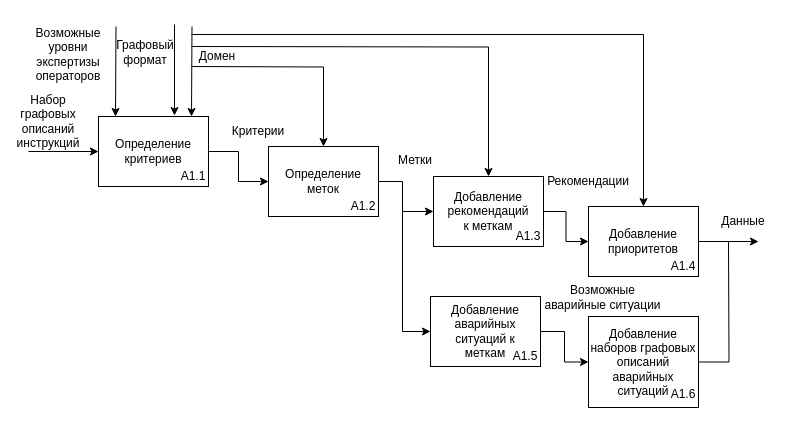
The draw.io diagram report/inc/img/idef_1x.drawio in Jarozin/diplom, before the edit. Source tidied: cells renumbered, new cells numbered last; positions are measured from the earlier drawing's top-left corner, leaving out a move shared by most shapes. Both pictures are drawn from the tidied source at 100%, with x=0, y=0 at pixel (18, 24).
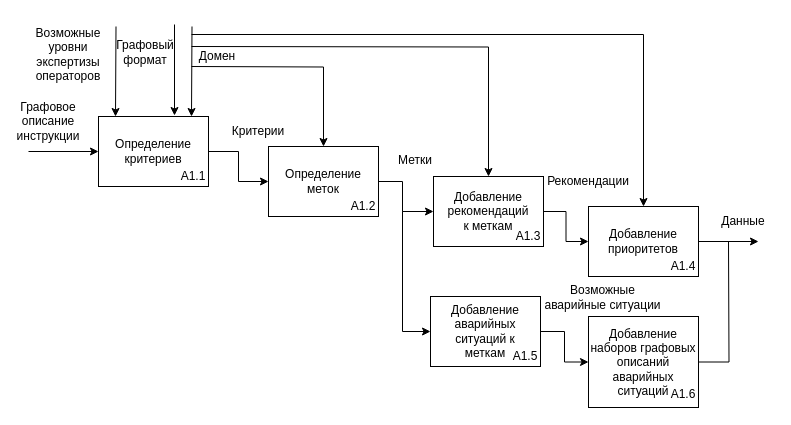
The same page after the edit.

Change to the diagram source:
```diff
@@
-    <mxCell id="15" value="&lt;span style=&quot;background-color: transparent; color: light-dark(rgb(0, 0, 0), rgb(255, 255, 255));&quot;&gt;Набор графовых описаний инструкций&lt;/span&gt;" style="text;html=1;align=center;verticalAlign=middle;whiteSpace=wrap;rounded=0;" parent="1" vertex="1">
+    <mxCell id="15" value="Графовое описание инструкции" style="text;html=1;align=center;verticalAlign=middle;whiteSpace=wrap;rounded=0;" parent="1" vertex="1">
       <mxGeometry y="82" width="60" height="30" as="geometry" />
     </mxCell>
```
